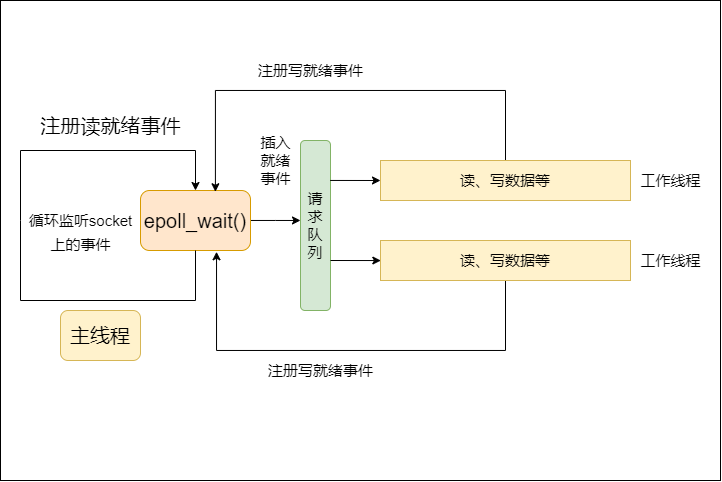
Before: data/Reactor.drawio.png, a diagram exported from draw.io (mo-xiaoxiu/imagefrommyblog). Source tidied: cells renumbered, new cells last; positions are measured from the earlier drawing's top-left corner, leaving out a move shared by most shapes.
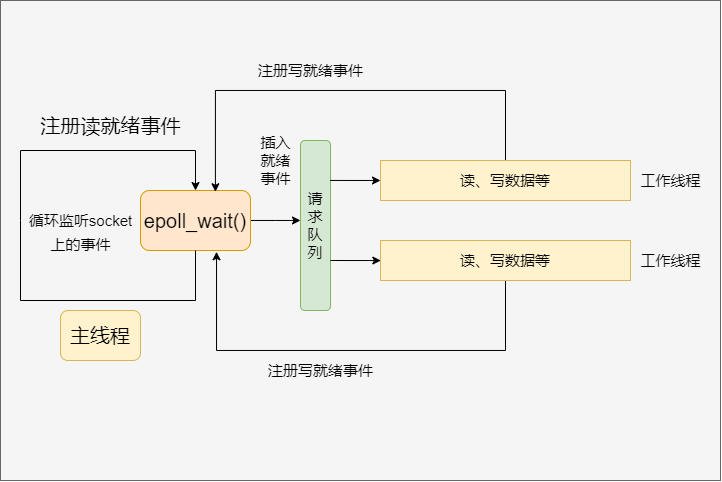
Above is the later version.

Change to the diagram source:
```diff
@@ -2,7 +2,7 @@
   <root>
     <mxCell id="0" />
     <mxCell id="1" parent="0" />
-    <mxCell id="2" style="rounded=0;whiteSpace=wrap;html=1;fontSize=15;" parent="1" vertex="1">
+    <mxCell id="2" style="rounded=0;whiteSpace=wrap;html=1;fontSize=15;fillColor=#f5f5f5;fontColor=#333333;strokeColor=#666666;" parent="1" vertex="1">
       <mxGeometry width="720" height="480" as="geometry" />
     </mxCell>
     <mxCell id="3" value="&lt;font style=&quot;font-size: 20px&quot;&gt;主线程&lt;/font&gt;" style="rounded=1;whiteSpace=wrap;html=1;fillColor=#fff2cc;strokeColor=#d6b656;" parent="1" vertex="1">
```
